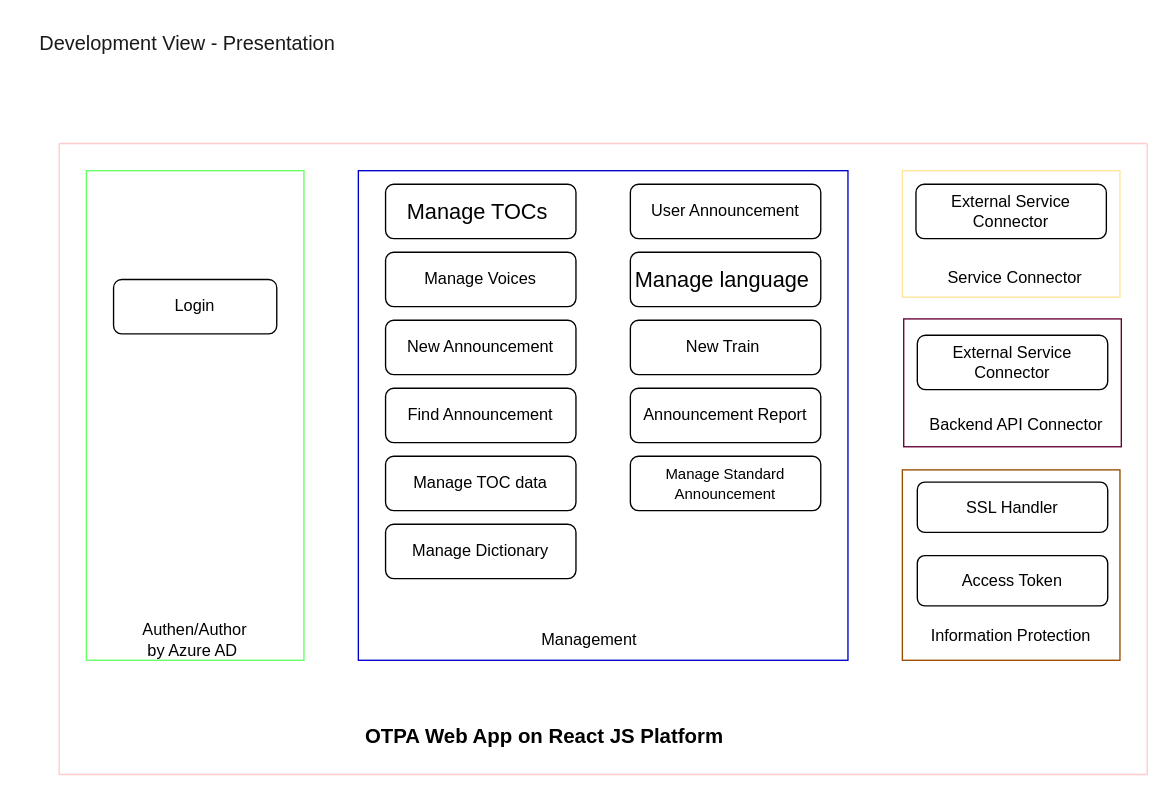
The draw.io diagram layer1 Diagram.drawio in dieunguyen2003/deploycode, before the edit. Source tidied: cells renumbered, new cells numbered last; positions are measured from the earlier drawing's top-left corner, leaving out a move shared by most shapes. Both pictures are drawn from the tidied source at 136%, with x=0, y=0 at pixel (23, 23).
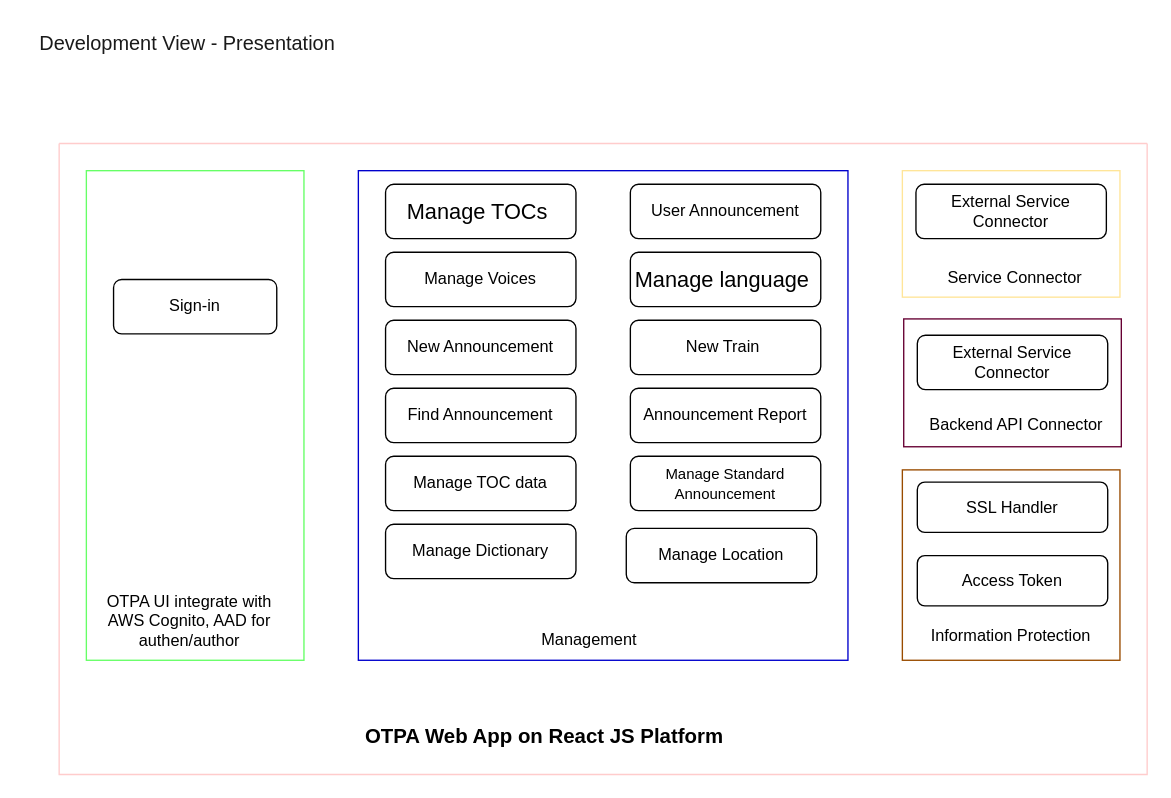
Above is the later version.

The change refers to these unchanged cells:
```xml
<mxCell id="22" style="swimlane;startSize=0;labelBorderColor=#0000CC;fontSize=11;fontColor=#1A1A1A;strokeColor=#FFCCCC;" parent="1" vertex="1">
  <mxGeometry x="26" y="88" width="800" height="464" as="geometry" />
</mxCell>
```

Change to the diagram source:
```diff
@@
-    <mxCell id="3" value="Login" style="rounded=1;whiteSpace=wrap;html=1;" parent="1" vertex="1">
+    <mxCell id="3" value="Sign-in" style="rounded=1;whiteSpace=wrap;html=1;" parent="1" vertex="1">
       <mxGeometry x="66" y="188" width="120" height="40" as="geometry" />
     </mxCell>
-    <mxCell id="4" value="Authen/Author by Azure AD&amp;nbsp;" style="text;html=1;strokeColor=none;fillColor=none;align=center;verticalAlign=middle;whiteSpace=wrap;rounded=0;" parent="1" vertex="1">
-      <mxGeometry x="81" y="438" width="90" height="30" as="geometry" />
-    </mxCell>
@@
+    <mxCell id="4" value="OTPA UI integrate with AWS Cognito, AAD for authen/author" style="text;html=1;strokeColor=none;fillColor=none;align=center;verticalAlign=middle;whiteSpace=wrap;rounded=0;" parent="22" vertex="1">
+      <mxGeometry x="28" y="324" width="136" height="54" as="geometry" />
+    </mxCell>
@@
+    <mxCell id="31" value="&lt;span&gt;&lt;span style=&quot;font-weight: normal;&quot; lang=&quot;EN-GB&quot;&gt;Manage Location&lt;/span&gt;&lt;/span&gt;" style="rounded=1;whiteSpace=wrap;html=1;fontStyle=1;" parent="1" vertex="1">
+      <mxGeometry x="443" y="371" width="140" height="40" as="geometry" />
+    </mxCell>
```
